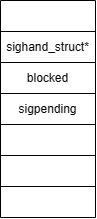
SixPlusAndTimes/drawio keeps this draw.io diagram as OS/linux内核源代码情景分析/第六章/信号.drawio.png. Above is the earlier version. Source tidied: cells renumbered, new cells last; positions are measured from the earlier drawing's top-left corner, leaving out a move shared by most shapes. Its diagram source:
```xml
<mxGraphModel>
  <root>
    <mxCell id="0" />
    <mxCell id="1" parent="0" />
    <mxCell id="2" style="shape=table;startSize=0;" parent="1" vertex="1">
      <mxGeometry width="95" height="217" as="geometry" />
    </mxCell>
    <mxCell id="3" style="shape=tableRow;horizontal=0;startSize=0;swimlaneHead=0;swimlaneBody=0;strokeColor=inherit;top=0;left=0;bottom=0;right=0;fillColor=none;" parent="2" vertex="1">
      <mxGeometry width="95" height="31" as="geometry" />
    </mxCell>
    <mxCell id="4" style="shape=partialRectangle;html=1;whiteSpace=wrap;strokeColor=inherit;overflow=hidden;fillColor=none;top=0;left=0;bottom=0;right=0;" parent="3" vertex="1">
      <mxGeometry width="95" height="31" as="geometry" />
    </mxCell>
    <mxCell id="5" style="shape=tableRow;horizontal=0;startSize=0;swimlaneHead=0;swimlaneBody=0;strokeColor=inherit;top=0;left=0;bottom=0;right=0;fillColor=none;points=[[0,0.5],[1,0.5]];portConstraint=eastwest;" parent="2" vertex="1">
      <mxGeometry y="31" width="95" height="31" as="geometry" />
    </mxCell>
    <mxCell id="6" value="sighand_struct*" style="shape=partialRectangle;html=1;whiteSpace=wrap;strokeColor=inherit;overflow=hidden;fillColor=none;top=0;left=0;bottom=0;right=0;" parent="5" vertex="1">
      <mxGeometry width="95" height="31" as="geometry" />
    </mxCell>
    <mxCell id="7" style="shape=tableRow;horizontal=0;startSize=0;swimlaneHead=0;swimlaneBody=0;strokeColor=inherit;top=0;left=0;bottom=0;right=0;fillColor=none;points=[[0,0.5],[1,0.5]];portConstraint=eastwest;" parent="2" vertex="1">
      <mxGeometry y="62" width="95" height="31" as="geometry" />
    </mxCell>
    <mxCell id="8" value="blocked" style="shape=partialRectangle;html=1;whiteSpace=wrap;strokeColor=inherit;overflow=hidden;fillColor=none;top=0;left=0;bottom=0;right=0;" parent="7" vertex="1">
      <mxGeometry width="95" height="31" as="geometry" />
    </mxCell>
    <mxCell id="9" style="shape=tableRow;horizontal=0;startSize=0;swimlaneHead=0;swimlaneBody=0;strokeColor=inherit;top=0;left=0;bottom=0;right=0;fillColor=none;points=[[0,0.5],[1,0.5]];portConstraint=eastwest;" parent="2" vertex="1">
      <mxGeometry y="93" width="95" height="31" as="geometry" />
    </mxCell>
    <mxCell id="10" value="sigpending" style="shape=partialRectangle;html=1;whiteSpace=wrap;strokeColor=inherit;overflow=hidden;fillColor=none;top=0;left=0;bottom=0;right=0;" parent="9" vertex="1">
      <mxGeometry width="95" height="31" as="geometry" />
    </mxCell>
    <mxCell id="11" style="shape=tableRow;horizontal=0;startSize=0;swimlaneHead=0;swimlaneBody=0;strokeColor=inherit;top=0;left=0;bottom=0;right=0;fillColor=none;" parent="2" vertex="1">
      <mxGeometry y="124" width="95" height="31" as="geometry" />
    </mxCell>
    <mxCell id="12" style="shape=partialRectangle;html=1;whiteSpace=wrap;strokeColor=inherit;overflow=hidden;fillColor=none;top=0;left=0;bottom=0;right=0;" parent="11" vertex="1">
      <mxGeometry width="95" height="31" as="geometry" />
    </mxCell>
    <mxCell id="13" style="shape=tableRow;horizontal=0;startSize=0;swimlaneHead=0;swimlaneBody=0;strokeColor=inherit;top=0;left=0;bottom=0;right=0;fillColor=none;" parent="2" vertex="1">
      <mxGeometry y="155" width="95" height="31" as="geometry" />
    </mxCell>
    <mxCell id="14" style="shape=partialRectangle;html=1;whiteSpace=wrap;strokeColor=inherit;overflow=hidden;fillColor=none;top=0;left=0;bottom=0;right=0;" parent="13" vertex="1">
      <mxGeometry width="95" height="31" as="geometry" />
    </mxCell>
    <mxCell id="15" style="shape=tableRow;horizontal=0;startSize=0;swimlaneHead=0;swimlaneBody=0;strokeColor=inherit;top=0;left=0;bottom=0;right=0;fillColor=none;" parent="2" vertex="1">
      <mxGeometry y="186" width="95" height="31" as="geometry" />
    </mxCell>
    <mxCell id="16" style="shape=partialRectangle;html=1;whiteSpace=wrap;strokeColor=inherit;overflow=hidden;fillColor=none;top=0;left=0;bottom=0;right=0;" parent="15" vertex="1">
      <mxGeometry width="95" height="31" as="geometry" />
    </mxCell>
  </root>
</mxGraphModel>
```
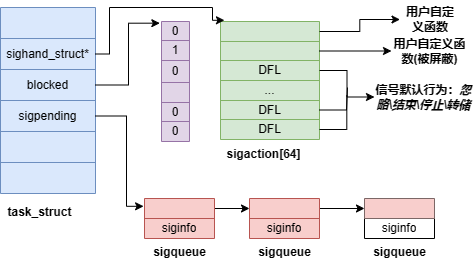
Above is the later version.

The edit, as a diff of the source:
```diff
@@ -2,8 +2,8 @@
   <root>
     <mxCell id="0" />
     <mxCell id="1" parent="0" />
-    <mxCell id="2" style="shape=table;startSize=0;" parent="1" vertex="1">
-      <mxGeometry width="95" height="217" as="geometry" />
+    <mxCell id="2" style="shape=table;startSize=0;fillColor=#dae8fc;strokeColor=#6c8ebf;" parent="1" vertex="1">
+      <mxGeometry width="95" height="186" as="geometry" />
     </mxCell>
     <mxCell id="3" style="shape=tableRow;horizontal=0;startSize=0;swimlaneHead=0;swimlaneBody=0;strokeColor=inherit;top=0;left=0;bottom=0;right=0;fillColor=none;" parent="2" vertex="1">
       <mxGeometry width="95" height="31" as="geometry" />
@@ -35,17 +35,212 @@
     <mxCell id="12" style="shape=partialRectangle;html=1;whiteSpace=wrap;strokeColor=inherit;overflow=hidden;fillColor=none;top=0;left=0;bottom=0;right=0;" parent="11" vertex="1">
       <mxGeometry width="95" height="31" as="geometry" />
     </mxCell>
-    <mxCell id="13" style="shape=tableRow;horizontal=0;startSize=0;swimlaneHead=0;swimlaneBody=0;strokeColor=inherit;top=0;left=0;bottom=0;right=0;fillColor=none;" parent="2" vertex="1">
-      <mxGeometry y="155" width="95" height="31" as="geometry" />
-    </mxCell>
-    <mxCell id="14" style="shape=partialRectangle;html=1;whiteSpace=wrap;strokeColor=inherit;overflow=hidden;fillColor=none;top=0;left=0;bottom=0;right=0;" parent="13" vertex="1">
-      <mxGeometry width="95" height="31" as="geometry" />
-    </mxCell>
     <mxCell id="15" style="shape=tableRow;horizontal=0;startSize=0;swimlaneHead=0;swimlaneBody=0;strokeColor=inherit;top=0;left=0;bottom=0;right=0;fillColor=none;" parent="2" vertex="1">
-      <mxGeometry y="186" width="95" height="31" as="geometry" />
+      <mxGeometry y="155" width="95" height="31" as="geometry" />
     </mxCell>
     <mxCell id="16" style="shape=partialRectangle;html=1;whiteSpace=wrap;strokeColor=inherit;overflow=hidden;fillColor=none;top=0;left=0;bottom=0;right=0;" parent="15" vertex="1">
       <mxGeometry width="95" height="31" as="geometry" />
     </mxCell>
+    <mxCell id="17" style="shape=table;startSize=0;fillColor=#d5e8d4;strokeColor=#82b366;" parent="1" vertex="1">
+      <mxGeometry x="220" y="14" width="99" height="118" as="geometry" />
+    </mxCell>
+    <mxCell id="18" style="shape=tableRow;horizontal=0;startSize=0;swimlaneHead=0;swimlaneBody=0;strokeColor=inherit;top=0;left=0;bottom=0;right=0;fillColor=none;points=[[0,0.5],[1,0.5]];portConstraint=eastwest;" parent="17" vertex="1">
+      <mxGeometry width="99" height="20" as="geometry" />
+    </mxCell>
+    <mxCell id="19" style="shape=partialRectangle;html=1;whiteSpace=wrap;strokeColor=inherit;overflow=hidden;fillColor=none;top=0;left=0;bottom=0;right=0;" parent="18" vertex="1">
+      <mxGeometry width="99" height="20" as="geometry" />
+    </mxCell>
+    <mxCell id="20" style="shape=tableRow;horizontal=0;startSize=0;swimlaneHead=0;swimlaneBody=0;strokeColor=inherit;top=0;left=0;bottom=0;right=0;fillColor=none;points=[[0,0.5],[1,0.5]];portConstraint=eastwest;" parent="17" vertex="1">
+      <mxGeometry y="20" width="99" height="19" as="geometry" />
+    </mxCell>
+    <mxCell id="21" style="shape=partialRectangle;html=1;whiteSpace=wrap;strokeColor=inherit;overflow=hidden;fillColor=none;top=0;left=0;bottom=0;right=0;" parent="20" vertex="1">
+      <mxGeometry width="99" height="19" as="geometry" />
+    </mxCell>
+    <mxCell id="22" style="shape=tableRow;horizontal=0;startSize=0;swimlaneHead=0;swimlaneBody=0;strokeColor=inherit;top=0;left=0;bottom=0;right=0;fillColor=none;points=[[0,0.5],[1,0.5]];portConstraint=eastwest;" parent="17" vertex="1">
+      <mxGeometry y="39" width="99" height="20" as="geometry" />
+    </mxCell>
+    <mxCell id="23" value="DFL" style="shape=partialRectangle;html=1;whiteSpace=wrap;strokeColor=inherit;overflow=hidden;fillColor=none;top=0;left=0;bottom=0;right=0;" parent="22" vertex="1">
+      <mxGeometry width="99" height="20" as="geometry" />
+    </mxCell>
+    <mxCell id="24" style="shape=tableRow;horizontal=0;startSize=0;swimlaneHead=0;swimlaneBody=0;strokeColor=inherit;top=0;left=0;bottom=0;right=0;fillColor=none;" parent="17" vertex="1">
+      <mxGeometry y="59" width="99" height="20" as="geometry" />
+    </mxCell>
+    <mxCell id="25" value="..." style="shape=partialRectangle;html=1;whiteSpace=wrap;strokeColor=inherit;overflow=hidden;fillColor=none;top=0;left=0;bottom=0;right=0;" parent="24" vertex="1">
+      <mxGeometry width="99" height="20" as="geometry" />
+    </mxCell>
+    <mxCell id="26" style="shape=tableRow;horizontal=0;startSize=0;swimlaneHead=0;swimlaneBody=0;strokeColor=inherit;top=0;left=0;bottom=0;right=0;fillColor=none;points=[[0,0.5],[1,0.5]];portConstraint=eastwest;" parent="17" vertex="1">
+      <mxGeometry y="79" width="99" height="19" as="geometry" />
+    </mxCell>
+    <mxCell id="27" value="DFL" style="shape=partialRectangle;html=1;whiteSpace=wrap;strokeColor=inherit;overflow=hidden;fillColor=none;top=0;left=0;bottom=0;right=0;" parent="26" vertex="1">
+      <mxGeometry width="99" height="19" as="geometry" />
+    </mxCell>
+    <mxCell id="28" style="shape=tableRow;horizontal=0;startSize=0;swimlaneHead=0;swimlaneBody=0;strokeColor=inherit;top=0;left=0;bottom=0;right=0;fillColor=none;points=[[0,0.5],[1,0.5]];portConstraint=eastwest;" parent="17" vertex="1">
+      <mxGeometry y="98" width="99" height="20" as="geometry" />
+    </mxCell>
+    <mxCell id="29" value="DFL" style="shape=partialRectangle;html=1;whiteSpace=wrap;strokeColor=inherit;overflow=hidden;fillColor=none;top=0;left=0;bottom=0;right=0;" parent="28" vertex="1">
+      <mxGeometry width="99" height="20" as="geometry" />
+    </mxCell>
+    <mxCell id="30" style="edgeStyle=orthogonalEdgeStyle;rounded=0;jettySize=auto;html=1;exitX=1;exitY=0.5;exitDx=0;exitDy=0;entryX=0.04;entryY=-0.061;entryDx=0;entryDy=0;entryPerimeter=0;" parent="1" edge="1" source="5" target="18">
+      <mxGeometry relative="1" as="geometry">
+        <Array as="points">
+          <mxPoint x="109" y="47" />
+          <mxPoint x="109" />
+          <mxPoint x="212" />
+          <mxPoint x="212" y="13" />
+        </Array>
+      </mxGeometry>
+    </mxCell>
+    <mxCell id="31" value="&lt;b&gt;sigaction[64]&lt;/b&gt;" style="text;html=1;strokeColor=none;fillColor=none;align=center;verticalAlign=middle;whiteSpace=wrap;rounded=0;" parent="1" vertex="1">
+      <mxGeometry x="226" y="132" width="75" height="30" as="geometry" />
+    </mxCell>
+    <mxCell id="32" style="edgeStyle=orthogonalEdgeStyle;rounded=0;jettySize=auto;html=1;exitX=1;exitY=0.5;exitDx=0;exitDy=0;" parent="1" edge="1" source="18" target="34">
+      <mxGeometry relative="1" as="geometry" />
+    </mxCell>
+    <mxCell id="33" style="edgeStyle=orthogonalEdgeStyle;rounded=0;jettySize=auto;html=1;exitX=1;exitY=0.5;exitDx=0;exitDy=0;entryX=0;entryY=0.5;entryDx=0;entryDy=0;" parent="1" edge="1" source="20" target="35">
+      <mxGeometry relative="1" as="geometry" />
+    </mxCell>
+    <mxCell id="34" value="&lt;b&gt;用户自定义函数&lt;/b&gt;" style="text;html=1;strokeColor=none;fillColor=none;align=center;verticalAlign=middle;whiteSpace=wrap;rounded=0;" parent="1" vertex="1">
+      <mxGeometry x="399.5" y="-3" width="60" height="30" as="geometry" />
+    </mxCell>
+    <mxCell id="35" value="&lt;b&gt;用户自定义函数(被屏蔽)&lt;/b&gt;" style="text;html=1;strokeColor=none;fillColor=none;align=center;verticalAlign=middle;whiteSpace=wrap;rounded=0;" parent="1" vertex="1">
+      <mxGeometry x="391" y="37.5" width="77" height="12" as="geometry" />
+    </mxCell>
+    <mxCell id="36" value="&lt;b&gt;信号默认行为：&lt;i&gt;忽略\结束\停止\转储&lt;/i&gt;&lt;/b&gt;" style="text;html=1;strokeColor=none;fillColor=none;align=center;verticalAlign=middle;whiteSpace=wrap;rounded=0;" parent="1" vertex="1">
+      <mxGeometry x="374" y="77" width="99" height="25" as="geometry" />
+    </mxCell>
+    <mxCell id="37" style="edgeStyle=orthogonalEdgeStyle;rounded=0;jettySize=auto;html=1;exitX=1;exitY=0.5;exitDx=0;exitDy=0;entryX=0;entryY=0.5;entryDx=0;entryDy=0;" parent="1" edge="1" source="22" target="36">
+      <mxGeometry relative="1" as="geometry" />
+    </mxCell>
+    <mxCell id="38" style="edgeStyle=orthogonalEdgeStyle;rounded=0;jettySize=auto;html=1;exitX=1;exitY=0.5;exitDx=0;exitDy=0;endArrow=none;endFill=0;" parent="1" edge="1" source="26">
+      <mxGeometry relative="1" as="geometry">
+        <mxPoint x="347" y="80" as="targetPoint" />
+        <Array as="points">
+          <mxPoint x="346" y="103" />
+          <mxPoint x="346" y="80" />
+        </Array>
+      </mxGeometry>
+    </mxCell>
+    <mxCell id="39" style="edgeStyle=orthogonalEdgeStyle;rounded=0;jettySize=auto;html=1;exitX=1;exitY=0.5;exitDx=0;exitDy=0;endArrow=none;endFill=0;" parent="1" edge="1" source="28">
+      <mxGeometry relative="1" as="geometry">
+        <mxPoint x="346.3" y="87.5" as="targetPoint" />
+        <Array as="points">
+          <mxPoint x="346" y="122" />
+        </Array>
+      </mxGeometry>
+    </mxCell>
+    <mxCell id="40" style="edgeStyle=orthogonalEdgeStyle;rounded=0;jettySize=auto;html=1;exitX=1;exitY=0.5;exitDx=0;exitDy=0;entryX=-0.059;entryY=0.088;entryDx=0;entryDy=0;entryPerimeter=0;" parent="1" edge="1" source="7" target="42">
+      <mxGeometry relative="1" as="geometry" />
+    </mxCell>
+    <mxCell id="41" style="shape=table;startSize=0;fillColor=#e1d5e7;strokeColor=#9673a6;" parent="1" vertex="1">
+      <mxGeometry x="161" y="14" width="28" height="120" as="geometry" />
+    </mxCell>
+    <mxCell id="42" style="shape=tableRow;horizontal=0;startSize=0;swimlaneHead=0;swimlaneBody=0;strokeColor=inherit;top=0;left=0;bottom=0;right=0;fillColor=none;points=[[0,0.5],[1,0.5]];portConstraint=eastwest;" parent="41" vertex="1">
+      <mxGeometry width="28" height="19" as="geometry" />
+    </mxCell>
+    <mxCell id="43" value="0" style="shape=partialRectangle;html=1;whiteSpace=wrap;strokeColor=inherit;overflow=hidden;fillColor=none;top=0;left=0;bottom=0;right=0;" parent="42" vertex="1">
+      <mxGeometry width="28" height="19" as="geometry" />
+    </mxCell>
+    <mxCell id="44" style="shape=tableRow;horizontal=0;startSize=0;swimlaneHead=0;swimlaneBody=0;strokeColor=inherit;top=0;left=0;bottom=0;right=0;fillColor=none;" parent="41" vertex="1">
+      <mxGeometry y="19" width="28" height="20" as="geometry" />
+    </mxCell>
+    <mxCell id="45" value="1" style="shape=partialRectangle;html=1;whiteSpace=wrap;strokeColor=inherit;overflow=hidden;fillColor=none;top=0;left=0;bottom=0;right=0;" parent="44" vertex="1">
+      <mxGeometry width="28" height="20" as="geometry" />
+    </mxCell>
+    <mxCell id="46" style="shape=tableRow;horizontal=0;startSize=0;swimlaneHead=0;swimlaneBody=0;strokeColor=inherit;top=0;left=0;bottom=0;right=0;fillColor=none;" parent="41" vertex="1">
+      <mxGeometry y="39" width="28" height="22" as="geometry" />
+    </mxCell>
+    <mxCell id="47" value="0" style="shape=partialRectangle;html=1;whiteSpace=wrap;strokeColor=inherit;overflow=hidden;fillColor=none;top=0;left=0;bottom=0;right=0;" parent="46" vertex="1">
+      <mxGeometry width="28" height="22" as="geometry" />
+    </mxCell>
+    <mxCell id="48" style="shape=tableRow;horizontal=0;startSize=0;swimlaneHead=0;swimlaneBody=0;strokeColor=inherit;top=0;left=0;bottom=0;right=0;fillColor=none;" parent="41" vertex="1">
+      <mxGeometry y="61" width="28" height="20" as="geometry" />
+    </mxCell>
+    <mxCell id="49" style="shape=partialRectangle;html=1;whiteSpace=wrap;strokeColor=inherit;overflow=hidden;fillColor=none;top=0;left=0;bottom=0;right=0;" parent="48" vertex="1">
+      <mxGeometry width="28" height="20" as="geometry" />
+    </mxCell>
+    <mxCell id="50" style="shape=tableRow;horizontal=0;startSize=0;swimlaneHead=0;swimlaneBody=0;strokeColor=inherit;top=0;left=0;bottom=0;right=0;fillColor=none;" parent="41" vertex="1">
+      <mxGeometry y="81" width="28" height="19" as="geometry" />
+    </mxCell>
+    <mxCell id="51" value="0" style="shape=partialRectangle;html=1;whiteSpace=wrap;strokeColor=inherit;overflow=hidden;fillColor=none;top=0;left=0;bottom=0;right=0;" parent="50" vertex="1">
+      <mxGeometry width="28" height="19" as="geometry" />
+    </mxCell>
+    <mxCell id="52" style="shape=tableRow;horizontal=0;startSize=0;swimlaneHead=0;swimlaneBody=0;strokeColor=inherit;top=0;left=0;bottom=0;right=0;fillColor=none;" parent="41" vertex="1">
+      <mxGeometry y="100" width="28" height="20" as="geometry" />
+    </mxCell>
+    <mxCell id="53" value="0" style="shape=partialRectangle;html=1;whiteSpace=wrap;strokeColor=inherit;overflow=hidden;fillColor=none;top=0;left=0;bottom=0;right=0;" parent="52" vertex="1">
+      <mxGeometry width="28" height="20" as="geometry" />
+    </mxCell>
+    <mxCell id="54" style="edgeStyle=orthogonalEdgeStyle;rounded=0;jettySize=auto;html=1;exitX=1;exitY=0.25;exitDx=0;exitDy=0;entryX=0;entryY=0.25;entryDx=0;entryDy=0;" parent="1" edge="1" source="55" target="63">
+      <mxGeometry relative="1" as="geometry" />
+    </mxCell>
+    <mxCell id="55" style="shape=table;startSize=0;fillColor=#f8cecc;strokeColor=#b85450;" parent="1" vertex="1">
+      <mxGeometry x="144" y="191" width="70" height="40" as="geometry" />
+    </mxCell>
+    <mxCell id="56" style="shape=tableRow;horizontal=0;startSize=0;swimlaneHead=0;swimlaneBody=0;strokeColor=inherit;top=0;left=0;bottom=0;right=0;fillColor=none;" parent="55" vertex="1">
+      <mxGeometry width="70" height="20" as="geometry" />
+    </mxCell>
+    <mxCell id="57" style="shape=partialRectangle;html=1;whiteSpace=wrap;strokeColor=inherit;overflow=hidden;fillColor=none;top=0;left=0;bottom=0;right=0;" parent="56" vertex="1">
+      <mxGeometry width="70" height="20" as="geometry" />
+    </mxCell>
+    <mxCell id="58" style="shape=tableRow;horizontal=0;startSize=0;swimlaneHead=0;swimlaneBody=0;strokeColor=inherit;top=0;left=0;bottom=0;right=0;fillColor=none;" parent="55" vertex="1">
+      <mxGeometry y="20" width="70" height="20" as="geometry" />
+    </mxCell>
+    <mxCell id="59" value="siginfo" style="shape=partialRectangle;html=1;whiteSpace=wrap;strokeColor=inherit;overflow=hidden;fillColor=none;top=0;left=0;bottom=0;right=0;" parent="58" vertex="1">
+      <mxGeometry width="70" height="20" as="geometry" />
+    </mxCell>
+    <mxCell id="60" style="edgeStyle=orthogonalEdgeStyle;rounded=0;jettySize=auto;html=1;exitX=1;exitY=0.5;exitDx=0;exitDy=0;entryX=-0.013;entryY=0.195;entryDx=0;entryDy=0;entryPerimeter=0;" parent="1" edge="1" source="9" target="55">
+      <mxGeometry relative="1" as="geometry">
+        <Array as="points">
+          <mxPoint x="126" y="108" />
+          <mxPoint x="126" y="199" />
+          <mxPoint x="143" y="199" />
+        </Array>
+      </mxGeometry>
+    </mxCell>
+    <mxCell id="61" value="&lt;b&gt;sigqueue&lt;/b&gt;" style="text;html=1;strokeColor=none;fillColor=none;align=center;verticalAlign=middle;whiteSpace=wrap;rounded=0;" parent="1" vertex="1">
+      <mxGeometry x="156.5" y="235" width="45" height="19" as="geometry" />
+    </mxCell>
+    <mxCell id="62" style="edgeStyle=orthogonalEdgeStyle;rounded=0;jettySize=auto;html=1;exitX=1;exitY=0.25;exitDx=0;exitDy=0;" parent="1" edge="1" source="63" target="70">
+      <mxGeometry relative="1" as="geometry" />
+    </mxCell>
+    <mxCell id="63" style="shape=table;startSize=0;fillColor=#f8cecc;strokeColor=#b85450;" parent="1" vertex="1">
+      <mxGeometry x="249" y="191" width="70" height="40" as="geometry" />
+    </mxCell>
+    <mxCell id="64" style="shape=tableRow;horizontal=0;startSize=0;swimlaneHead=0;swimlaneBody=0;strokeColor=inherit;top=0;left=0;bottom=0;right=0;fillColor=none;" parent="63" vertex="1">
+      <mxGeometry width="70" height="20" as="geometry" />
+    </mxCell>
+    <mxCell id="65" style="shape=partialRectangle;html=1;whiteSpace=wrap;strokeColor=inherit;overflow=hidden;fillColor=none;top=0;left=0;bottom=0;right=0;" parent="64" vertex="1">
+      <mxGeometry width="70" height="20" as="geometry" />
+    </mxCell>
+    <mxCell id="66" style="shape=tableRow;horizontal=0;startSize=0;swimlaneHead=0;swimlaneBody=0;strokeColor=inherit;top=0;left=0;bottom=0;right=0;fillColor=none;" parent="63" vertex="1">
+      <mxGeometry y="20" width="70" height="20" as="geometry" />
+    </mxCell>
+    <mxCell id="67" value="siginfo" style="shape=partialRectangle;html=1;whiteSpace=wrap;strokeColor=inherit;overflow=hidden;fillColor=none;top=0;left=0;bottom=0;right=0;" parent="66" vertex="1">
+      <mxGeometry width="70" height="20" as="geometry" />
+    </mxCell>
+    <mxCell id="68" value="&lt;b&gt;sigqueue&lt;/b&gt;" style="text;html=1;strokeColor=none;fillColor=none;align=center;verticalAlign=middle;whiteSpace=wrap;rounded=0;" parent="1" vertex="1">
+      <mxGeometry x="261.5" y="235" width="45" height="19" as="geometry" />
+    </mxCell>
+    <mxCell id="69" style="shape=table;startSize=0;" parent="1" vertex="1">
+      <mxGeometry x="364" y="191" width="70" height="40" as="geometry" />
+    </mxCell>
+    <mxCell id="70" style="shape=tableRow;horizontal=0;startSize=0;swimlaneHead=0;swimlaneBody=0;strokeColor=inherit;top=0;left=0;bottom=0;right=0;fillColor=none;points=[[0,0.5],[1,0.5]];portConstraint=eastwest;" parent="69" vertex="1">
+      <mxGeometry width="70" height="20" as="geometry" />
+    </mxCell>
+    <mxCell id="71" style="shape=partialRectangle;html=1;whiteSpace=wrap;strokeColor=#b85450;overflow=hidden;fillColor=#f8cecc;top=0;left=0;bottom=0;right=0;" parent="70" vertex="1">
+      <mxGeometry width="70" height="20" as="geometry" />
+    </mxCell>
+    <mxCell id="72" style="shape=tableRow;horizontal=0;startSize=0;swimlaneHead=0;swimlaneBody=0;strokeColor=inherit;top=0;left=0;bottom=0;right=0;fillColor=none;" parent="69" vertex="1">
+      <mxGeometry y="20" width="70" height="20" as="geometry" />
+    </mxCell>
+    <mxCell id="73" value="siginfo" style="shape=partialRectangle;html=1;whiteSpace=wrap;strokeColor=inherit;overflow=hidden;fillColor=none;top=0;left=0;bottom=0;right=0;" parent="72" vertex="1">
+      <mxGeometry width="70" height="20" as="geometry" />
+    </mxCell>
+    <mxCell id="74" value="&lt;b&gt;sigqueue&lt;/b&gt;" style="text;html=1;strokeColor=none;fillColor=none;align=center;verticalAlign=middle;whiteSpace=wrap;rounded=0;" parent="1" vertex="1">
+      <mxGeometry x="376.5" y="235" width="45" height="19" as="geometry" />
+    </mxCell>
+    <mxCell id="75" value="&lt;b&gt;task_struct&lt;/b&gt;" style="text;html=1;strokeColor=none;fillColor=none;align=center;verticalAlign=middle;whiteSpace=wrap;rounded=0;" parent="1" vertex="1">
+      <mxGeometry x="17" y="195" width="45" height="19" as="geometry" />
+    </mxCell>
   </root>
 </mxGraphModel>
```
